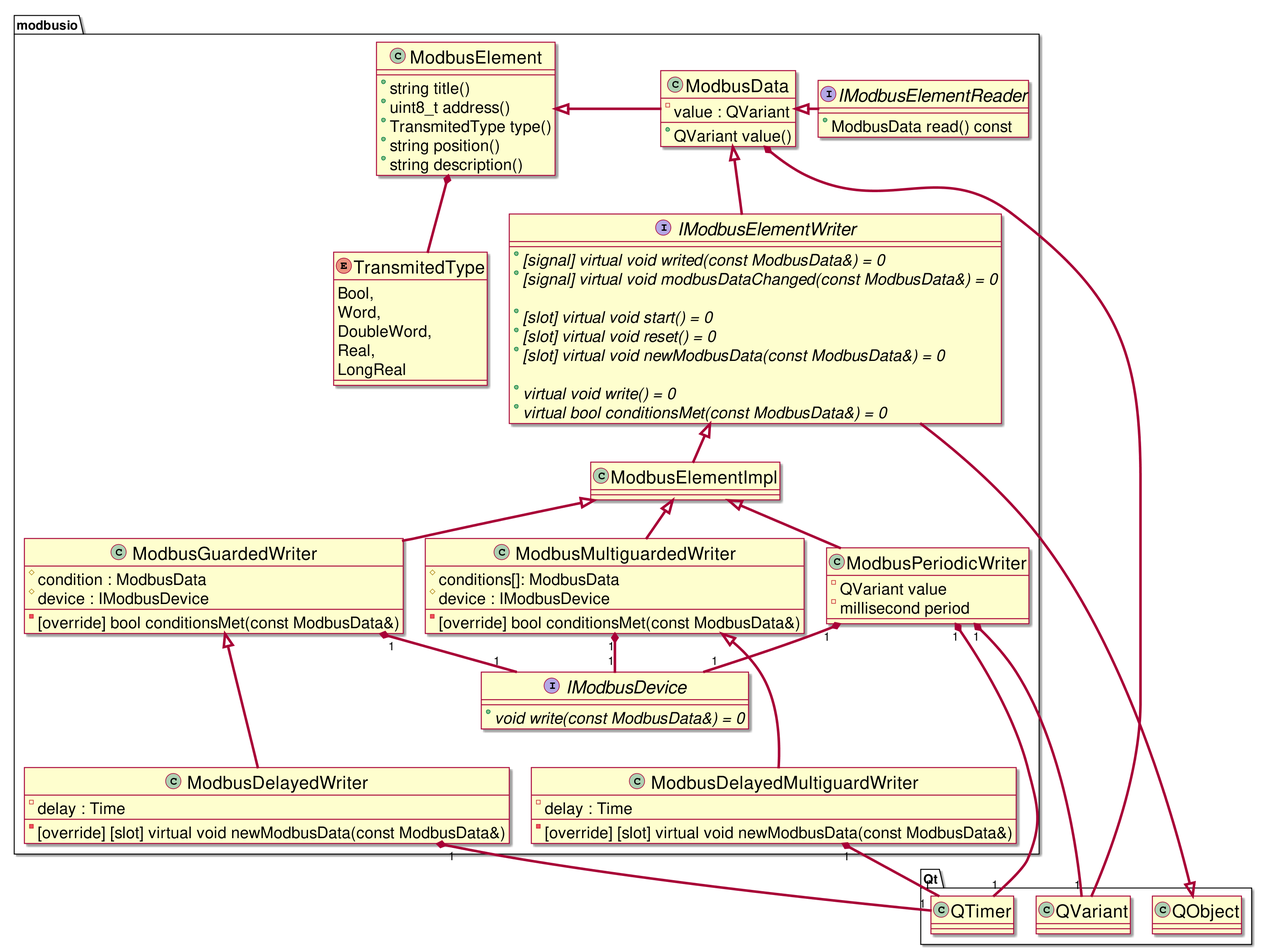
Earlier version of the PlantUML export Dissertation/images/modbus_class_relationship_old.png (UlrichVonRekkenin/PhdLaTeX).
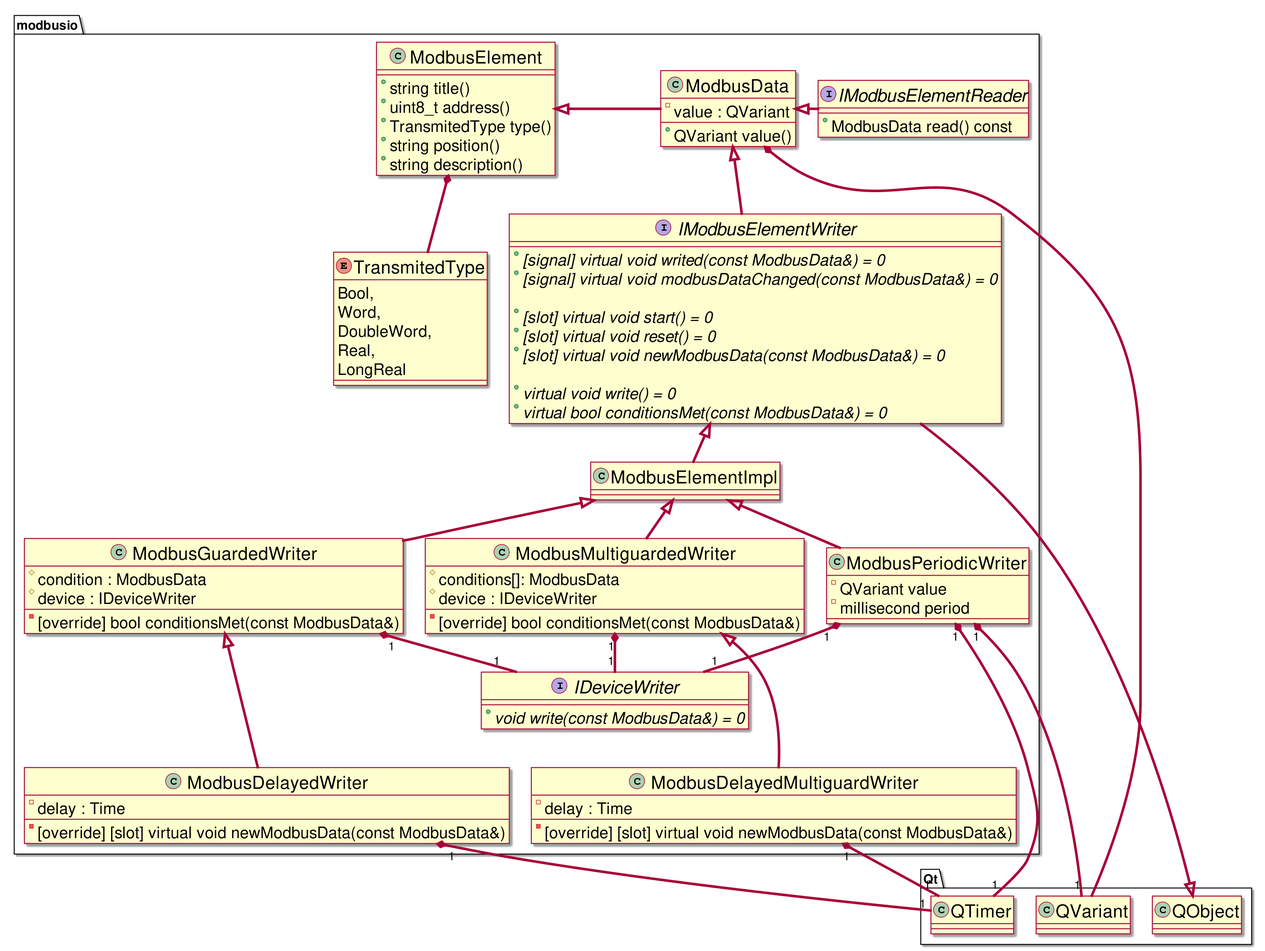
Later version of the same file.

Diff of the diagram source:
```diff
@@ -23,7 +23,7 @@
         LongReal
     }
 
-    interface IModbusDevice {
+    interface IDeviceWriter {
         + {abstract} void write(const ModbusData&) = 0
     }
 
@@ -64,7 +64,7 @@
     class ModbusGuardedWriter {
         - [override] bool conditionsMet(const ModbusData&)
         # condition : ModbusData
-        # device : IModbusDevice
+        # device : IDeviceWriter
     }
 
     class ModbusDelayedWriter {
@@ -75,7 +75,7 @@
     class ModbusMultiguardedWriter {
         - [override] bool conditionsMet(const ModbusData&)
         # conditions[]: ModbusData
-        # device : IModbusDevice
+        # device : IDeviceWriter
     }
 
     class ModbusDelayedMultiguardWriter {
@@ -92,20 +92,20 @@
     ModbusData <|-right- IModbusElementReader
 
     ModbusElementImpl <|-- ModbusPeriodicWriter
-    ModbusPeriodicWriter "1" *-- "1" IModbusDevice
+    ModbusPeriodicWriter "1" *-- "1" IDeviceWriter
     ModbusPeriodicWriter "1" *-- "1" Qt.QVariant
     ModbusPeriodicWriter "1" *-- "1" Qt.QTimer
 
     IModbusElementWriter <|-- ModbusElementImpl
 
     ModbusElementImpl <|-- ModbusGuardedWriter
-    ModbusGuardedWriter "1" *-- "1" IModbusDevice
+    ModbusGuardedWriter "1" *-- "1" IDeviceWriter
 
     ModbusGuardedWriter <|--- ModbusDelayedWriter
     ModbusDelayedWriter "1" *-- "1" Qt.QTimer
 
     ModbusElementImpl <|-- ModbusMultiguardedWriter
-    ModbusMultiguardedWriter "1" *-- "1" IModbusDevice
+    ModbusMultiguardedWriter "1" *-- "1" IDeviceWriter
 
     ModbusMultiguardedWriter <|--- ModbusDelayedMultiguardWriter
     ModbusDelayedMultiguardWriter "1" *-- "1" Qt.QTimer
```
